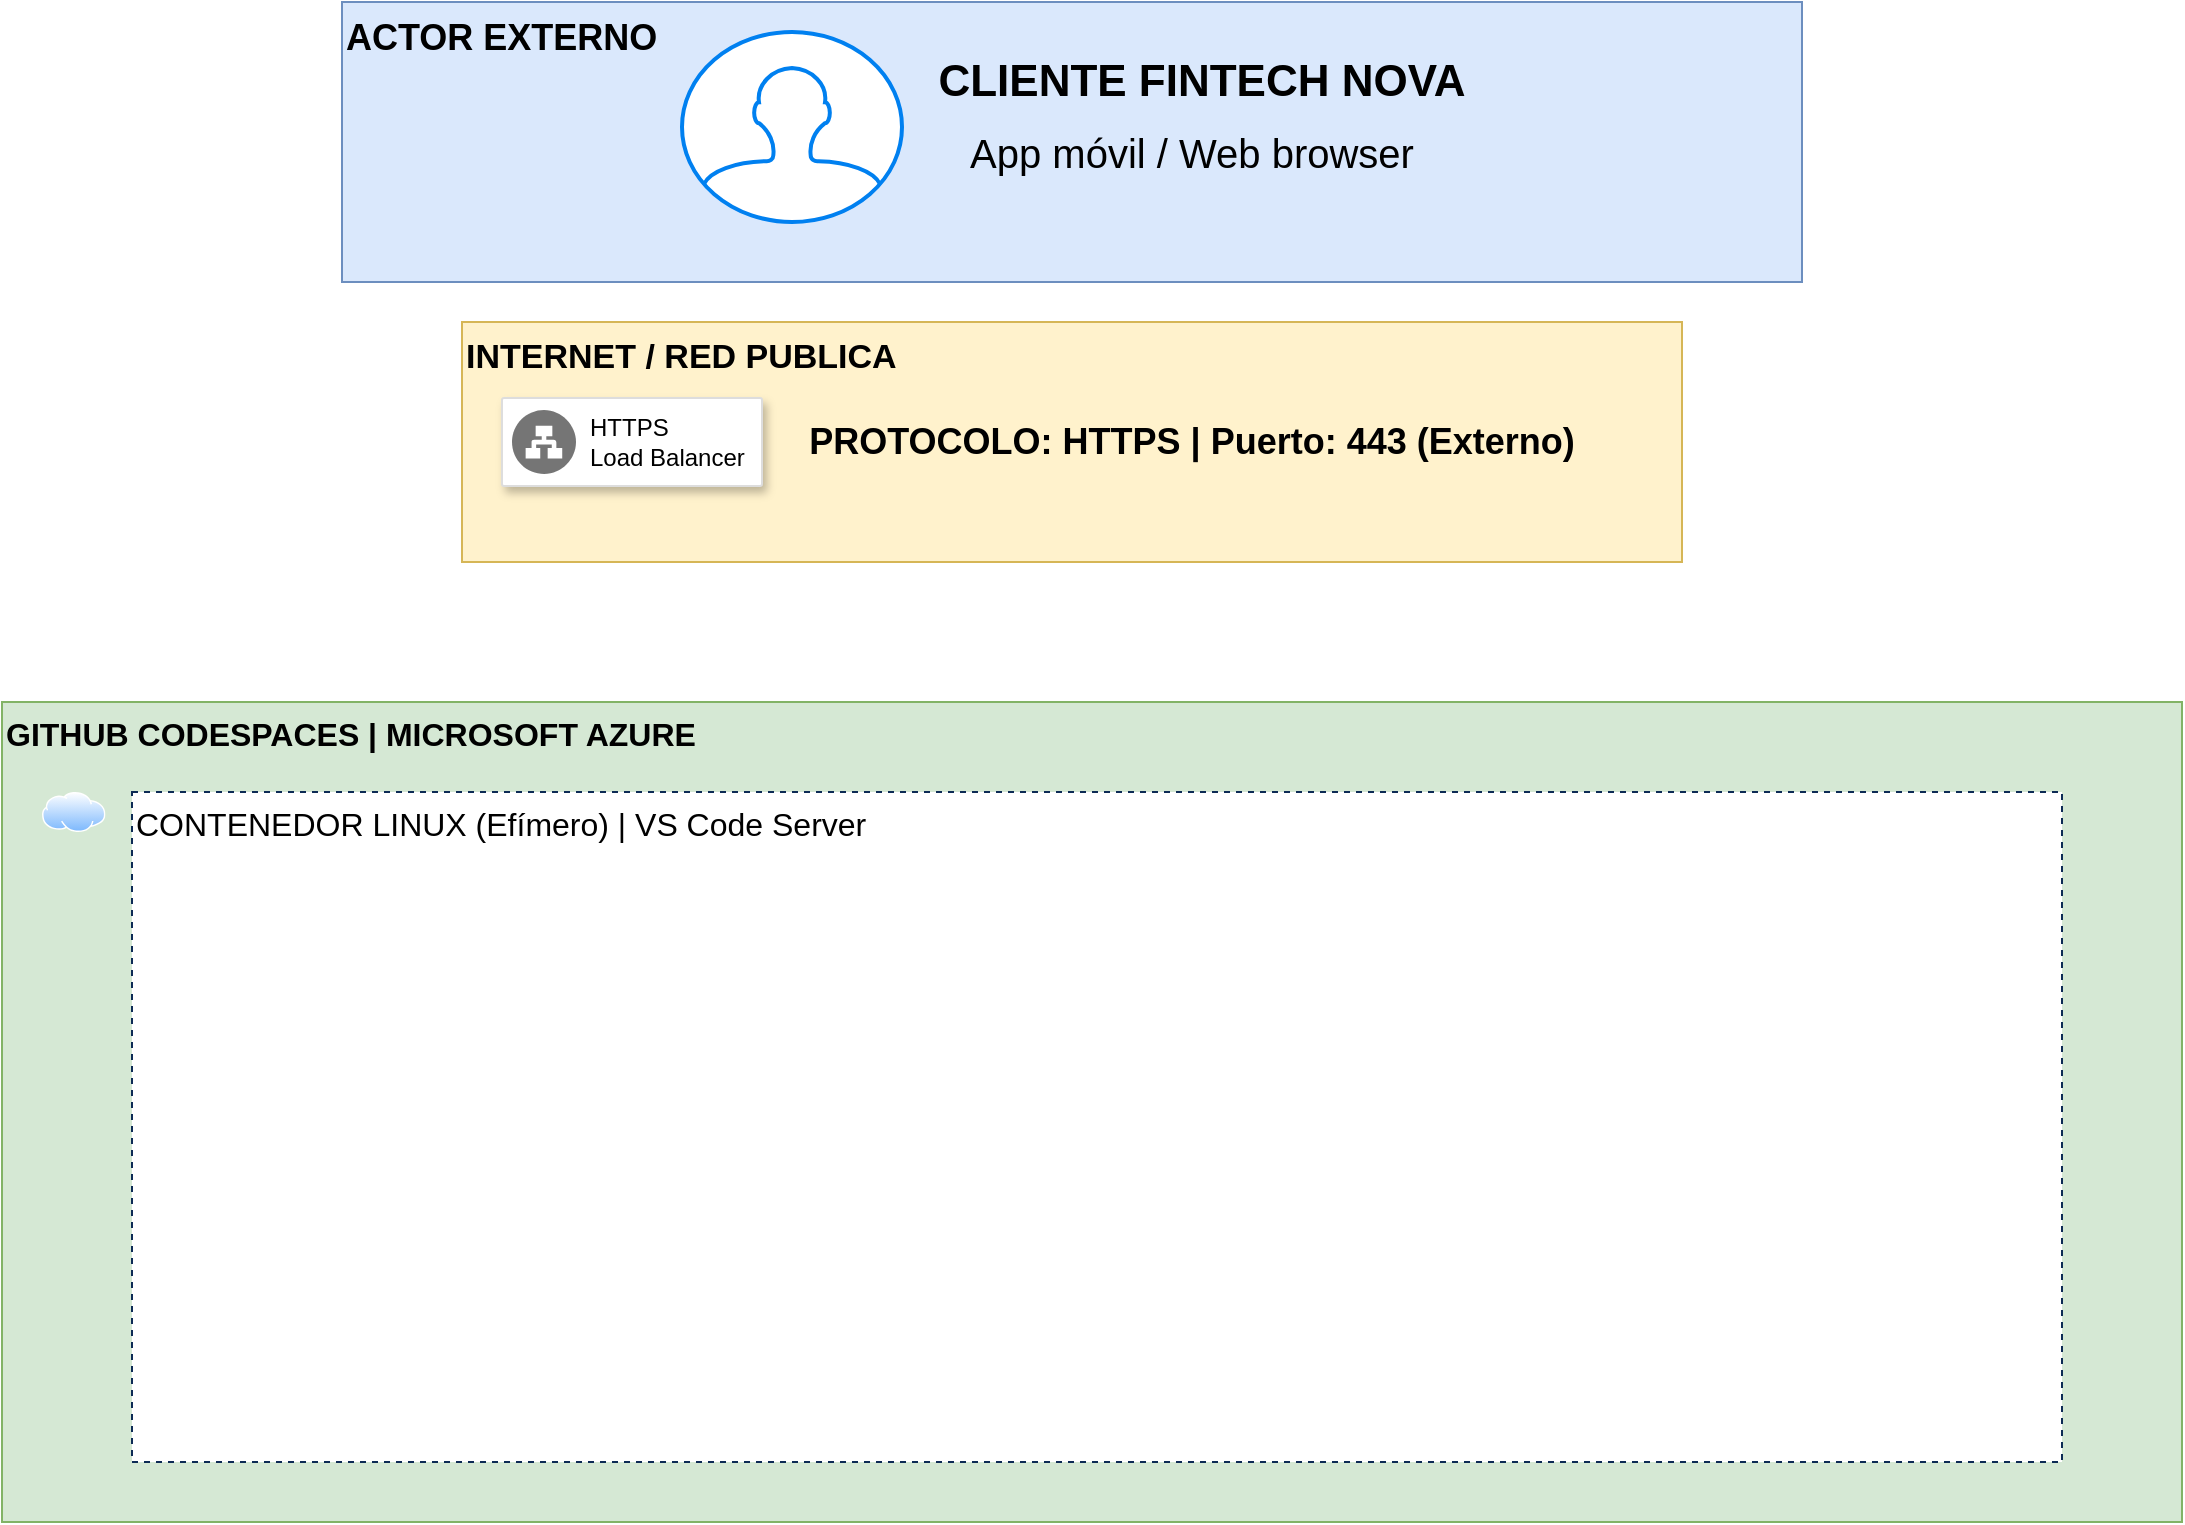
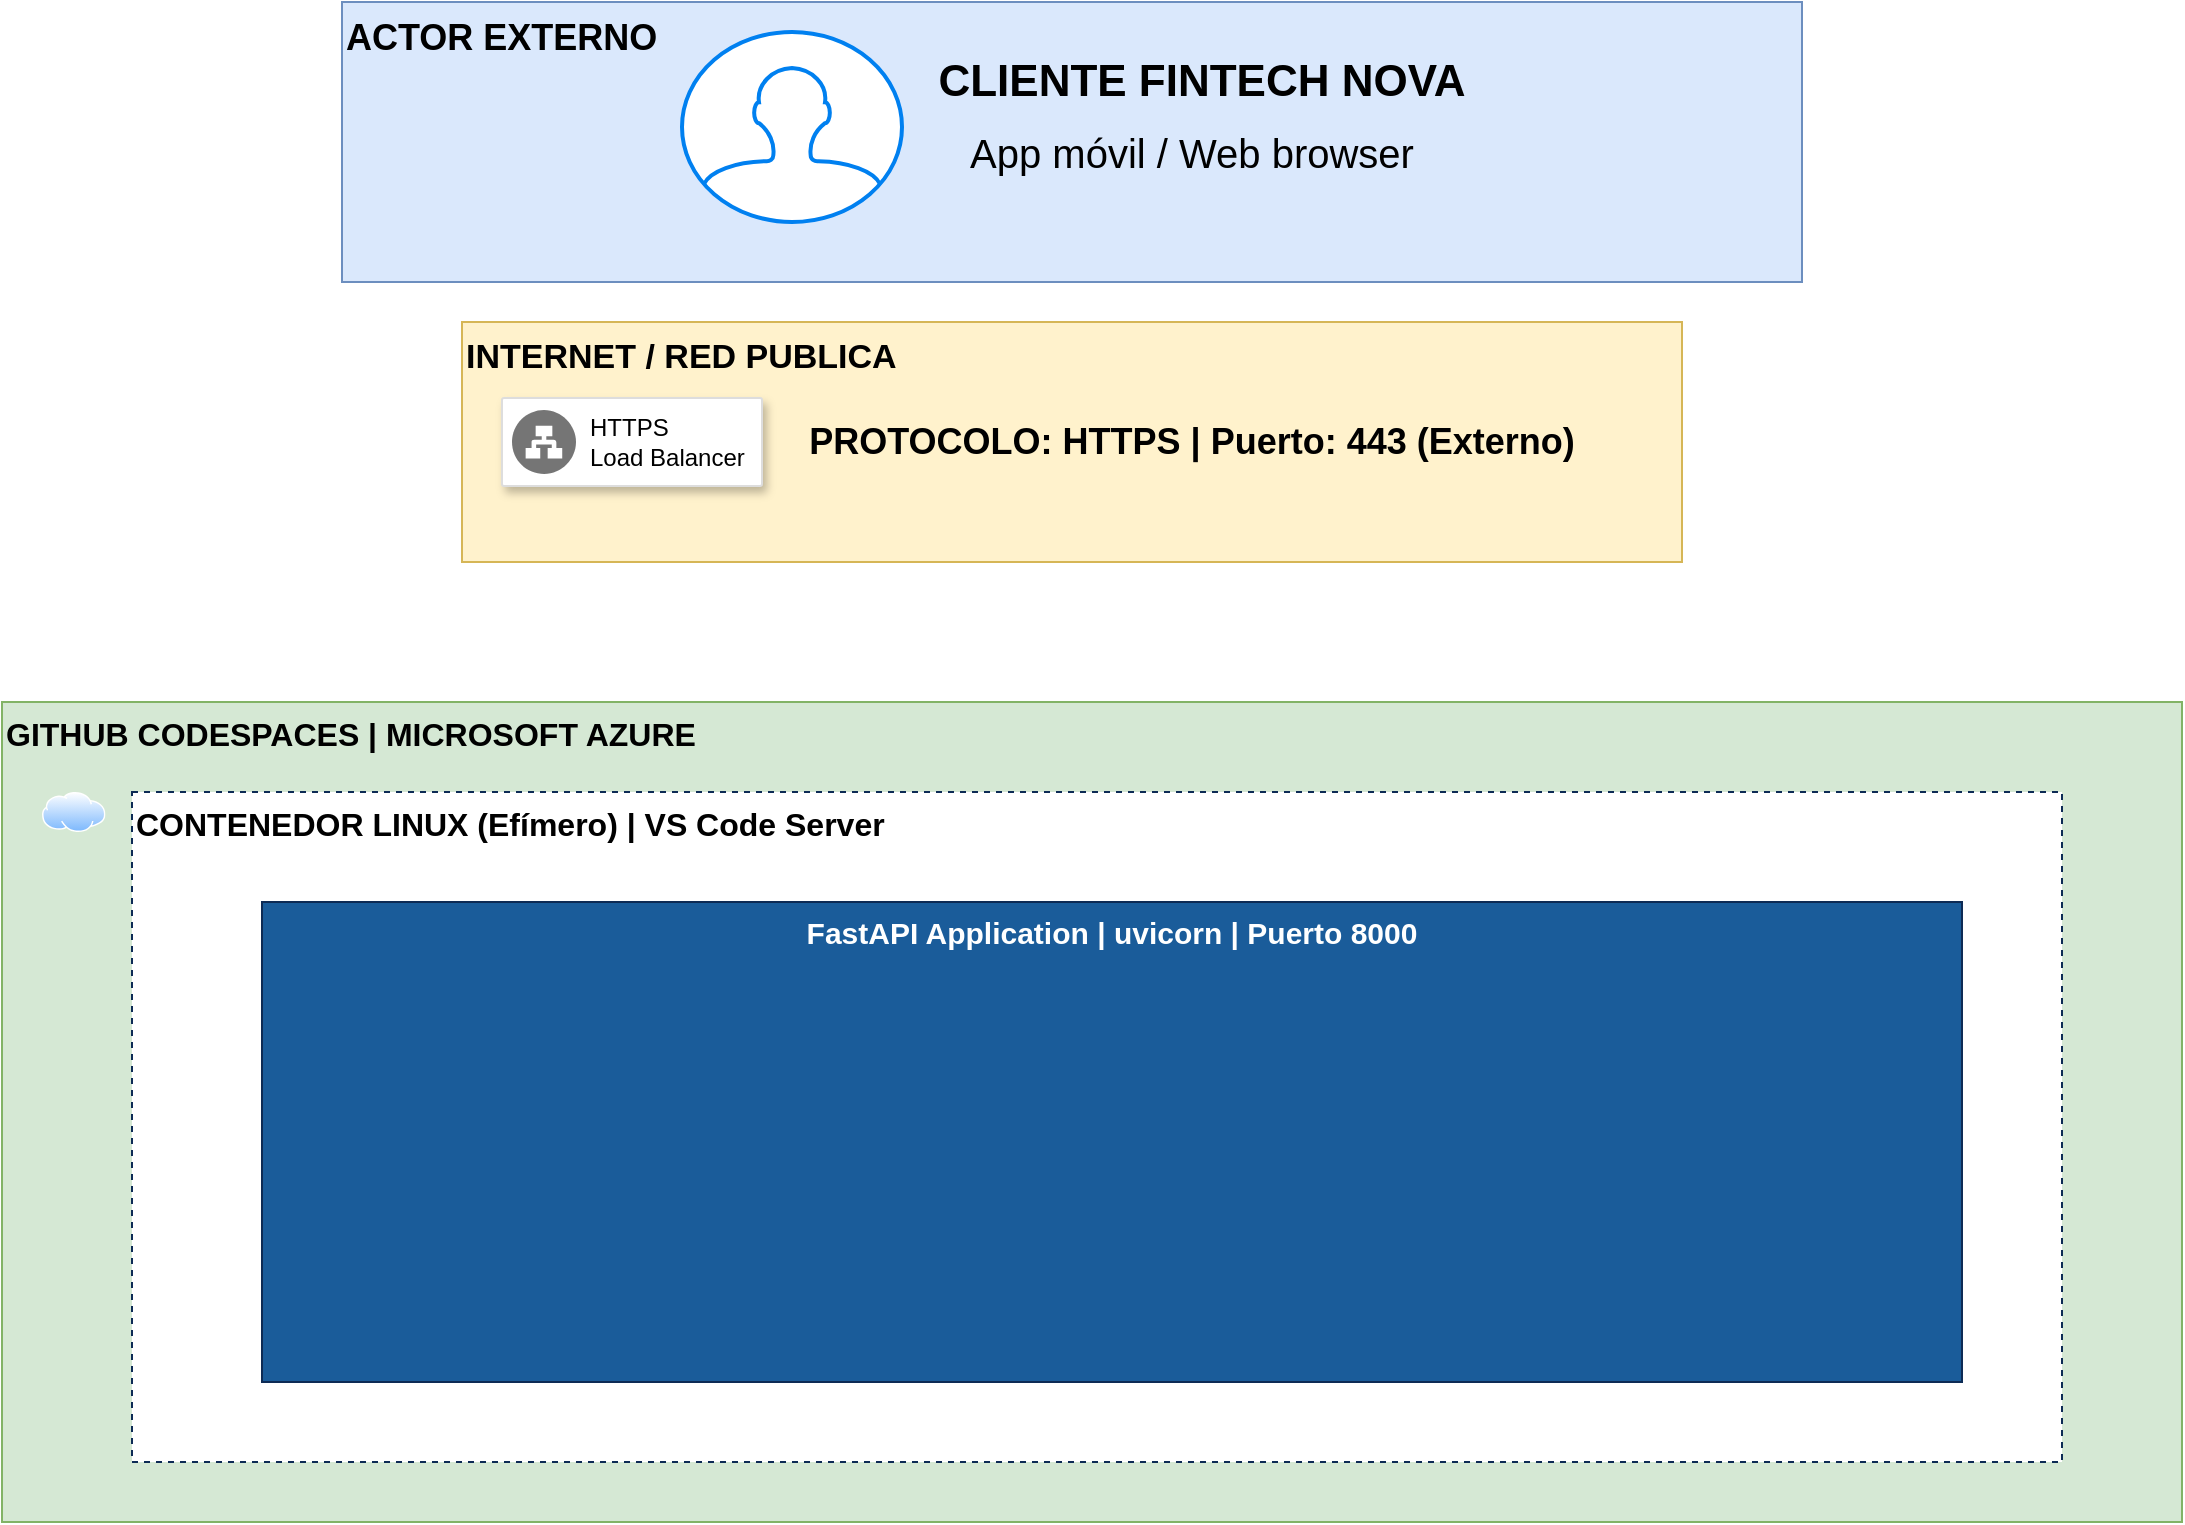
<mxfile host="app.diagrams.net">
  <diagram name="Página-1" id="2bYSpyA3Dfak7f0DMBfR">
    <mxGraphModel dx="1152" dy="1323" grid="1" gridSize="10" guides="1" tooltips="1" connect="1" arrows="1" fold="1" page="1" pageScale="1" pageWidth="1169" pageHeight="827" math="0" shadow="0">
      <root>
        <mxCell id="0" />
        <mxCell id="1" parent="0" />
        <mxCell id="TyJ0rt2JkgR6ljCwjSKc-2" parent="1" style="fillColor=#dae8fc;strokeColor=#6c8ebf;fontSize=18;fontStyle=1;align=left;verticalAlign=top;" value="ACTOR EXTERNO" vertex="1">
          <mxGeometry height="140" width="730" x="220" y="30" as="geometry" />
        </mxCell>
        <mxCell id="TyJ0rt2JkgR6ljCwjSKc-3" parent="1" style="fillColor=#fff2cc;strokeColor=#d6b656;fontSize=17;fontStyle=1;align=left;verticalAlign=top;" value="INTERNET / RED PUBLICA" vertex="1">
          <mxGeometry height="120" width="610" x="280" y="190" as="geometry" />
        </mxCell>
        <mxCell id="TyJ0rt2JkgR6ljCwjSKc-4" parent="1" style="fillColor=#d5e8d4;strokeColor=#82b366;fontSize=16;fontStyle=1;align=left;verticalAlign=top;" value="GITHUB CODESPACES | MICROSOFT AZURE" vertex="1">
          <mxGeometry height="410" width="1090" x="50" y="380" as="geometry" />
        </mxCell>
        <mxCell id="TyJ0rt2JkgR6ljCwjSKc-5" parent="1" style="html=1;verticalLabelPosition=bottom;align=center;labelBackgroundColor=#ffffff;verticalAlign=top;strokeWidth=2;strokeColor=#0080F0;shadow=0;dashed=0;shape=mxgraph.ios7.icons.user;" value="" vertex="1">
          <mxGeometry height="95" width="110" x="390" y="45" as="geometry" />
        </mxCell>
        <mxCell id="TyJ0rt2JkgR6ljCwjSKc-8" parent="1" style="text;html=1;whiteSpace=wrap;strokeColor=none;fillColor=none;align=center;verticalAlign=middle;rounded=0;fontSize=16;" value="&lt;font style=&quot;font-size: 22px;&quot;&gt;&lt;b&gt;CLIENTE FINTECH NOVA&lt;/b&gt;&lt;/font&gt;" vertex="1">
          <mxGeometry height="40" width="400" x="450" y="50" as="geometry" />
        </mxCell>
        <mxCell id="TyJ0rt2JkgR6ljCwjSKc-9" parent="1" style="text;html=1;whiteSpace=wrap;strokeColor=none;fillColor=none;align=center;verticalAlign=middle;rounded=0;fontSize=16;" value="&lt;font style=&quot;font-size: 20px; color: light-dark(rgb(0, 0, 0), rgb(156, 156, 156));&quot;&gt;App móvil / Web browser&lt;/font&gt;" vertex="1">
          <mxGeometry height="30" width="240" x="525" y="90" as="geometry" />
        </mxCell>
        <mxCell id="TyJ0rt2JkgR6ljCwjSKc-10" parent="1" style="text;html=1;whiteSpace=wrap;strokeColor=none;fillColor=none;align=center;verticalAlign=middle;rounded=0;fontSize=16;" value="&lt;b&gt;&lt;font style=&quot;font-size: 18px;&quot;&gt;PROTOCOLO: HTTPS | Puerto: 443 (Externo)&lt;/font&gt;&lt;/b&gt;" vertex="1">
          <mxGeometry height="15" width="390" x="450" y="242.5" as="geometry" />
        </mxCell>
        <mxCell id="TyJ0rt2JkgR6ljCwjSKc-12" parent="1" style="strokeColor=#dddddd;fillColor=#FFFFFF;shadow=1;strokeWidth=1;rounded=1;absoluteArcSize=1;arcSize=2;" value="" vertex="1">
          <mxGeometry height="44" width="130" x="300" y="228" as="geometry" />
        </mxCell>
        <mxCell id="TyJ0rt2JkgR6ljCwjSKc-13" parent="TyJ0rt2JkgR6ljCwjSKc-12" style="sketch=0;dashed=0;connectable=0;html=1;fillColor=#757575;strokeColor=none;shape=mxgraph.gcp2.network_load_balancer;part=1;labelPosition=right;verticalLabelPosition=middle;align=left;verticalAlign=middle;spacingLeft=5;fontSize=12;" value="HTTPS&#xa;Load Balancer" vertex="1">
          <mxGeometry height="32" relative="1" width="32" y="0.5" as="geometry">
            <mxPoint x="5" y="-16" as="offset" />
          </mxGeometry>
        </mxCell>
-         <mxCell id="TyJ0rt2JkgR6ljCwjSKc-14" parent="1" style="fillColor=#ffffff;strokeColor=#0D2B55;dashed=1;align=left;verticalAlign=top;fontSize=16;" value="CONTENEDOR LINUX (Efímero) | VS Code Server" vertex="1">
+         <mxCell id="TyJ0rt2JkgR6ljCwjSKc-14" parent="1" style="fillColor=#ffffff;strokeColor=#0D2B55;dashed=1;align=left;verticalAlign=top;fontSize=16;fontStyle=1" value="CONTENEDOR LINUX (Efímero) | VS Code Server" vertex="1">
          <mxGeometry height="335" width="965" x="115" y="425" as="geometry" />
        </mxCell>
        <mxCell id="TyJ0rt2JkgR6ljCwjSKc-15" parent="1" style="image;aspect=fixed;perimeter=ellipsePerimeter;html=1;align=center;shadow=0;dashed=0;spacingTop=3;image=img/lib/active_directory/internet_cloud.svg;" value="" vertex="1">
          <mxGeometry height="20" width="31.75" x="70" y="425" as="geometry" />
        </mxCell>
+         <mxCell id="TyJ0rt2JkgR6ljCwjSKc-18" parent="1" style="fillColor=#1A5C9A;fontColor=#ffffff;strokeColor=#0D2B55;verticalAlign=top;fontSize=15;fontStyle=1" value="FastAPI Application | uvicorn | Puerto 8000" vertex="1">
+           <mxGeometry height="240" width="850" x="180" y="480" as="geometry" />
+         </mxCell>
      </root>
    </mxGraphModel>
  </diagram>
</mxfile>
